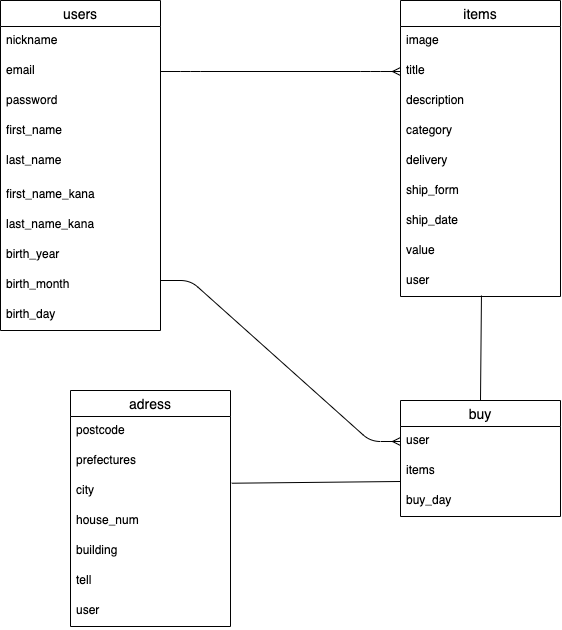
Before: ER.drawio.png, a diagram exported from draw.io (inayou513/furima-31019). Source tidied: cells renumbered, new cells last; positions are measured from the earlier drawing's top-left corner, leaving out a move shared by most shapes.
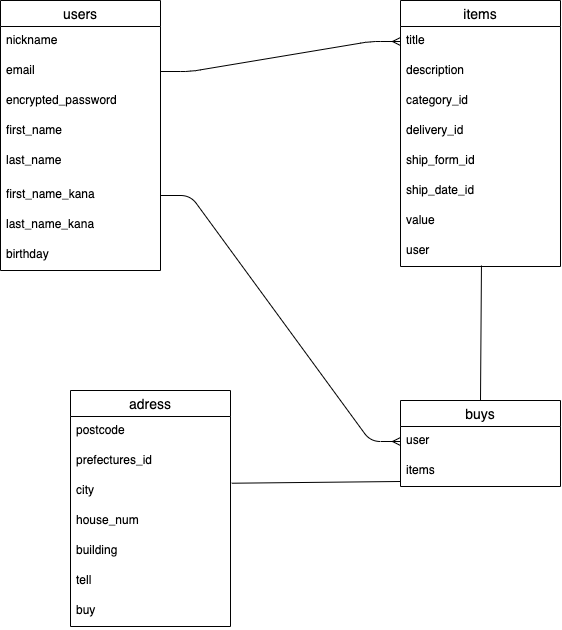
The same file after the commit.

Diff of the diagram source:
```diff
@@ -6,37 +6,34 @@
       <mxGeometry relative="1" as="geometry" />
     </mxCell>
     <mxCell id="3" value="items" style="swimlane;fontStyle=0;horizontal=1;startSize=26;align=center;fontSize=14;" parent="1" vertex="1">
-      <mxGeometry x="400" width="160" height="296" as="geometry" />
+      <mxGeometry x="400" width="160" height="266" as="geometry" />
     </mxCell>
-    <mxCell id="4" value="image" style="text;strokeColor=none;fillColor=none;spacingLeft=4;spacingRight=4;overflow=hidden;fontSize=12;" parent="3" vertex="1">
-      <mxGeometry y="26" width="160" height="30" as="geometry" />
-    </mxCell>
     <mxCell id="5" value="title" style="text;strokeColor=none;fillColor=none;spacingLeft=4;spacingRight=4;overflow=hidden;points=[[0,0.5],[1,0.5]];portConstraint=eastwest;fontSize=12;" parent="3" vertex="1">
-      <mxGeometry y="56" width="160" height="30" as="geometry" />
+      <mxGeometry y="26" width="160" height="30" as="geometry" />
     </mxCell>
     <mxCell id="6" value="description" style="text;strokeColor=none;fillColor=none;spacingLeft=4;spacingRight=4;overflow=hidden;fontSize=12;" parent="3" vertex="1">
-      <mxGeometry y="86" width="160" height="30" as="geometry" />
+      <mxGeometry y="56" width="160" height="30" as="geometry" />
     </mxCell>
-    <mxCell id="7" value="category" style="text;strokeColor=none;fillColor=none;spacingLeft=4;spacingRight=4;overflow=hidden;fontSize=12;" parent="3" vertex="1">
-      <mxGeometry y="116" width="160" height="30" as="geometry" />
+    <mxCell id="7" value="category_id" style="text;strokeColor=none;fillColor=none;spacingLeft=4;spacingRight=4;overflow=hidden;fontSize=12;" parent="3" vertex="1">
+      <mxGeometry y="86" width="160" height="30" as="geometry" />
     </mxCell>
-    <mxCell id="8" value="delivery" style="text;strokeColor=none;fillColor=none;spacingLeft=4;spacingRight=4;overflow=hidden;fontSize=12;" parent="3" vertex="1">
-      <mxGeometry y="146" width="160" height="30" as="geometry" />
+    <mxCell id="8" value="delivery_id" style="text;strokeColor=none;fillColor=none;spacingLeft=4;spacingRight=4;overflow=hidden;fontSize=12;" parent="3" vertex="1">
+      <mxGeometry y="116" width="160" height="30" as="geometry" />
     </mxCell>
-    <mxCell id="9" value="ship_form" style="text;strokeColor=none;fillColor=none;spacingLeft=4;spacingRight=4;overflow=hidden;fontSize=12;" parent="3" vertex="1">
-      <mxGeometry y="176" width="160" height="30" as="geometry" />
+    <mxCell id="9" value="ship_form_id" style="text;strokeColor=none;fillColor=none;spacingLeft=4;spacingRight=4;overflow=hidden;fontSize=12;" parent="3" vertex="1">
+      <mxGeometry y="146" width="160" height="30" as="geometry" />
     </mxCell>
-    <mxCell id="10" value="ship_date" style="text;strokeColor=none;fillColor=none;spacingLeft=4;spacingRight=4;overflow=hidden;fontSize=12;" parent="3" vertex="1">
-      <mxGeometry y="206" width="160" height="30" as="geometry" />
+    <mxCell id="10" value="ship_date_id" style="text;strokeColor=none;fillColor=none;spacingLeft=4;spacingRight=4;overflow=hidden;fontSize=12;" parent="3" vertex="1">
+      <mxGeometry y="176" width="160" height="30" as="geometry" />
     </mxCell>
     <mxCell id="11" value="value" style="text;strokeColor=none;fillColor=none;spacingLeft=4;spacingRight=4;overflow=hidden;fontSize=12;" parent="3" vertex="1">
-      <mxGeometry y="236" width="160" height="30" as="geometry" />
+      <mxGeometry y="206" width="160" height="30" as="geometry" />
     </mxCell>
     <mxCell id="12" value="user" style="text;strokeColor=none;fillColor=none;spacingLeft=4;spacingRight=4;overflow=hidden;points=[[0,0.5],[1,0.5]];portConstraint=eastwest;fontSize=12;" parent="3" vertex="1">
-      <mxGeometry y="266" width="160" height="30" as="geometry" />
+      <mxGeometry y="236" width="160" height="30" as="geometry" />
     </mxCell>
     <mxCell id="13" value="users" style="swimlane;fontStyle=0;horizontal=1;startSize=26;align=center;fontSize=14;" parent="1" vertex="1">
-      <mxGeometry width="160" height="330" as="geometry" />
+      <mxGeometry width="160" height="270" as="geometry" />
     </mxCell>
     <mxCell id="14" value="nickname" style="text;strokeColor=none;fillColor=none;spacingLeft=4;spacingRight=4;overflow=hidden;fontSize=12;" parent="13" vertex="1">
       <mxGeometry y="26" width="160" height="30" as="geometry" />
@@ -44,7 +41,7 @@
     <mxCell id="15" value="email" style="text;strokeColor=none;fillColor=none;spacingLeft=4;spacingRight=4;overflow=hidden;points=[[0,0.5],[1,0.5]];portConstraint=eastwest;fontSize=12;" parent="13" vertex="1">
       <mxGeometry y="56" width="160" height="30" as="geometry" />
     </mxCell>
-    <mxCell id="16" value="password" style="text;strokeColor=none;fillColor=none;spacingLeft=4;spacingRight=4;overflow=hidden;fontSize=12;" parent="13" vertex="1">
+    <mxCell id="16" value="encrypted_password" style="text;strokeColor=none;fillColor=none;spacingLeft=4;spacingRight=4;overflow=hidden;fontSize=12;" parent="13" vertex="1">
       <mxGeometry y="86" width="160" height="30" as="geometry" />
     </mxCell>
     <mxCell id="17" value="first_name" style="text;strokeColor=none;fillColor=none;spacingLeft=4;spacingRight=4;overflow=hidden;fontSize=12;" parent="13" vertex="1">
@@ -59,17 +56,11 @@
     <mxCell id="20" value="last_name_kana" style="text;strokeColor=none;fillColor=none;spacingLeft=4;spacingRight=4;overflow=hidden;fontSize=12;" parent="13" vertex="1">
       <mxGeometry y="210" width="160" height="30" as="geometry" />
     </mxCell>
-    <mxCell id="21" value="birth_year" style="text;strokeColor=none;fillColor=none;spacingLeft=4;spacingRight=4;overflow=hidden;fontSize=12;" parent="13" vertex="1">
-      <mxGeometry y="240" width="160" height="30" as="geometry" />
-    </mxCell>
-    <mxCell id="22" value="birth_month" style="text;strokeColor=none;fillColor=none;spacingLeft=4;spacingRight=4;overflow=hidden;fontSize=12;" parent="13" vertex="1">
-      <mxGeometry y="270" width="160" height="30" as="geometry" />
-    </mxCell>
-    <mxCell id="23" value="birth_day" style="text;strokeColor=none;fillColor=none;spacingLeft=4;spacingRight=4;overflow=hidden;fontSize=12;" parent="13" vertex="1">
-      <mxGeometry y="300" width="160" height="30" as="geometry" />
+    <mxCell id="23" value="birthday" style="text;strokeColor=none;fillColor=none;spacingLeft=4;spacingRight=4;overflow=hidden;fontSize=12;" parent="13" vertex="1">
+      <mxGeometry y="240" width="160" height="30" as="geometry" />
     </mxCell>
-    <mxCell id="24" value="buy" style="swimlane;fontStyle=0;horizontal=1;startSize=26;align=center;fontSize=14;" parent="1" vertex="1">
-      <mxGeometry x="400" y="400" width="160" height="116" as="geometry" />
+    <mxCell id="24" value="buys" style="swimlane;fontStyle=0;horizontal=1;startSize=26;align=center;fontSize=14;" parent="1" vertex="1">
+      <mxGeometry x="400" y="400" width="160" height="86" as="geometry" />
     </mxCell>
     <mxCell id="25" value="user" style="text;strokeColor=none;fillColor=none;spacingLeft=4;spacingRight=4;overflow=hidden;points=[[0,0.5],[1,0.5]];portConstraint=eastwest;fontSize=12;" parent="24" vertex="1">
       <mxGeometry y="26" width="160" height="30" as="geometry" />
@@ -77,9 +68,6 @@
     <mxCell id="26" value="items" style="text;strokeColor=none;fillColor=none;spacingLeft=4;spacingRight=4;overflow=hidden;fontSize=12;" parent="24" vertex="1">
       <mxGeometry y="56" width="160" height="30" as="geometry" />
     </mxCell>
-    <mxCell id="27" value="buy_day" style="text;strokeColor=none;fillColor=none;spacingLeft=4;spacingRight=4;overflow=hidden;fontSize=12;" parent="24" vertex="1">
-      <mxGeometry y="86" width="160" height="30" as="geometry" />
-    </mxCell>
     <mxCell id="28" style="endArrow=none;html=1;rounded=0;exitX=0.506;exitY=0.967;exitDx=0;exitDy=0;exitPerimeter=0;entryX=0.5;entryY=0;entryDx=0;entryDy=0;" parent="1" edge="1" source="12" target="24">
       <mxGeometry relative="1" as="geometry" />
     </mxCell>
@@ -94,7 +82,7 @@
     <mxCell id="31" value="postcode" style="text;strokeColor=none;fillColor=none;spacingLeft=4;spacingRight=4;overflow=hidden;fontSize=12;" parent="30" vertex="1">
       <mxGeometry y="26" width="160" height="30" as="geometry" />
     </mxCell>
-    <mxCell id="32" value="prefectures" style="text;strokeColor=none;fillColor=none;spacingLeft=4;spacingRight=4;overflow=hidden;fontSize=12;" parent="30" vertex="1">
+    <mxCell id="32" value="prefectures_id" style="text;strokeColor=none;fillColor=none;spacingLeft=4;spacingRight=4;overflow=hidden;fontSize=12;" parent="30" vertex="1">
       <mxGeometry y="56" width="160" height="30" as="geometry" />
     </mxCell>
     <mxCell id="33" value="city" style="text;strokeColor=none;fillColor=none;spacingLeft=4;spacingRight=4;overflow=hidden;points=[[0,0.5],[1,0.5]];portConstraint=eastwest;fontSize=12;" parent="30" vertex="1">
@@ -109,13 +97,11 @@
     <mxCell id="36" value="tell" style="text;strokeColor=none;fillColor=none;spacingLeft=4;spacingRight=4;overflow=hidden;fontSize=12;" parent="30" vertex="1">
       <mxGeometry y="176" width="160" height="30" as="geometry" />
     </mxCell>
-    <mxCell id="37" value="user" style="text;strokeColor=none;fillColor=none;spacingLeft=4;spacingRight=4;overflow=hidden;fontSize=12;" parent="30" vertex="1">
+    <mxCell id="37" value="buy" style="text;strokeColor=none;fillColor=none;spacingLeft=4;spacingRight=4;overflow=hidden;fontSize=12;" parent="30" vertex="1">
       <mxGeometry y="206" width="160" height="30" as="geometry" />
     </mxCell>
-    <mxCell id="38" style="edgeStyle=entityRelationEdgeStyle;fontSize=12;html=1;endArrow=ERmany;entryX=0;entryY=0.5;entryDx=0;entryDy=0;exitX=1;exitY=0.5;exitDx=0;exitDy=0;" parent="1" edge="1" target="25">
-      <mxGeometry relative="1" as="geometry">
-        <mxPoint x="160" y="280" as="sourcePoint" />
-      </mxGeometry>
+    <mxCell id="38" style="edgeStyle=entityRelationEdgeStyle;fontSize=12;html=1;endArrow=ERmany;entryX=0;entryY=0.5;entryDx=0;entryDy=0;exitX=1;exitY=0.5;exitDx=0;exitDy=0;" parent="1" edge="1" source="19" target="25">
+      <mxGeometry relative="1" as="geometry" />
     </mxCell>
   </root>
 </mxGraphModel>
```
